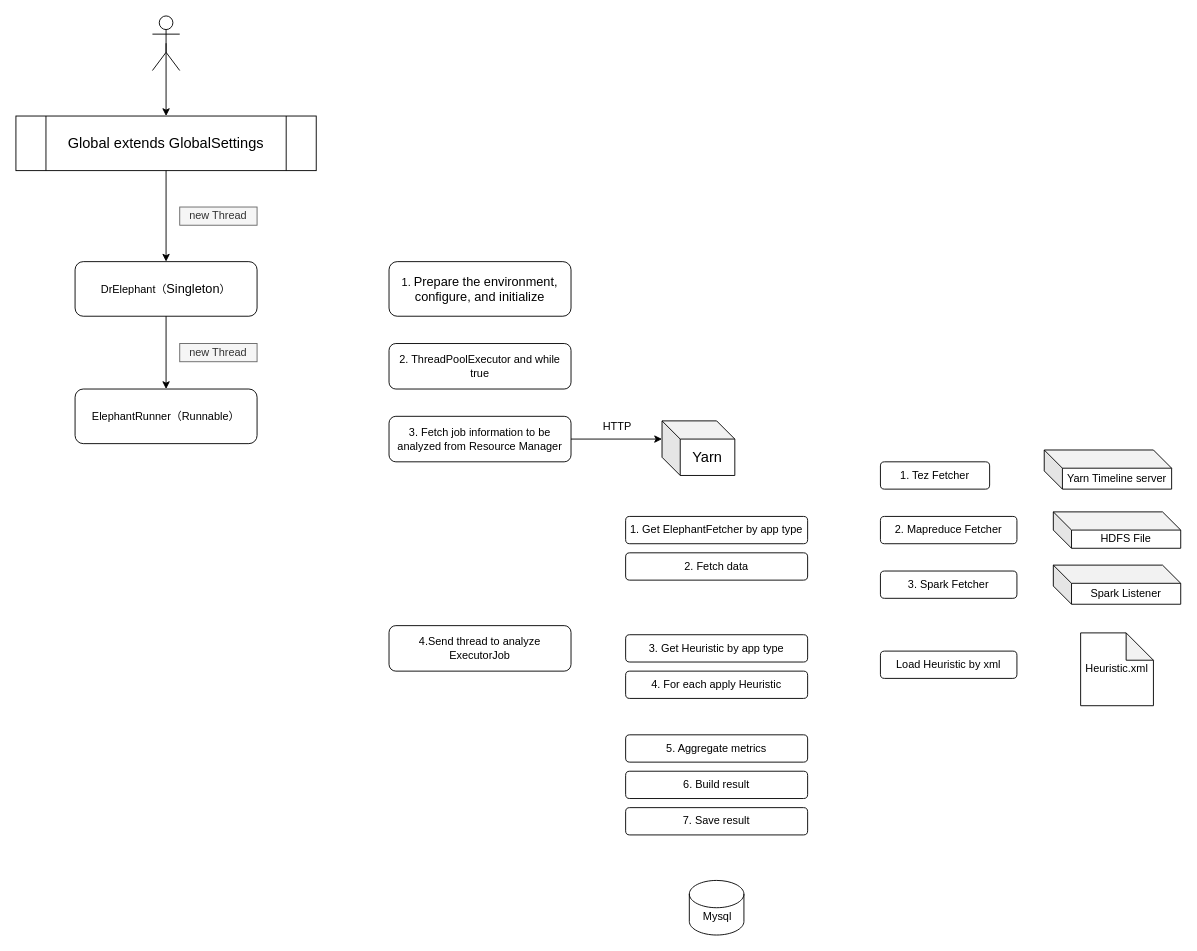
Before: map/dr-elephant-start.drawio in imperio-wxm/draw, a draw.io diagram. Source tidied: cells renumbered, new cells numbered last; positions are measured from the earlier drawing's top-left corner, leaving out a move shared by most shapes. Both pictures are drawn from the tidied source at 91%, with x=0, y=0 at pixel (15, 15).
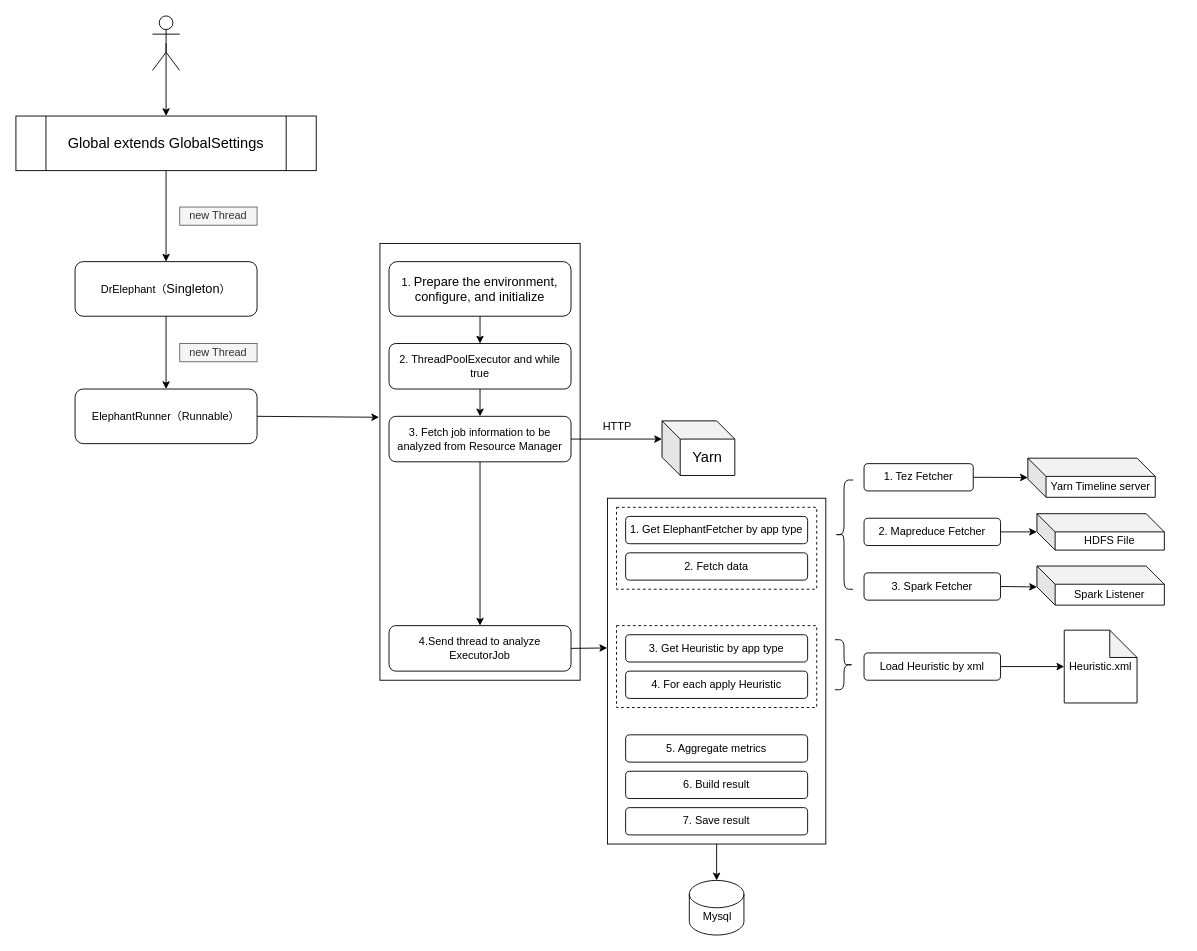
After the change.

The change refers to these unchanged cells:
```xml
<mxCell id="8" value="ElephantRunner（Runnable）" style="rounded=1;whiteSpace=wrap;html=1;" parent="1" vertex="1">
  <mxGeometry x="65" y="410" width="200" height="60" as="geometry" />
</mxCell>
<mxCell id="11" value="1.&amp;nbsp;&lt;span style=&quot;font-family: &amp;#34;microsoft yahei&amp;#34; , &amp;#34;arial&amp;#34; , &amp;#34;helvetica&amp;#34; , sans-serif ; font-size: 14px ; text-align: left ; background-color: rgb(255 , 255 , 255)&quot;&gt;Prepare the environment, configure, and initialize&lt;/span&gt;" style="rounded=1;whiteSpace=wrap;html=1;" parent="1" vertex="1">
  <mxGeometry x="410" y="270" width="200" height="60" as="geometry" />
</mxCell>
<mxCell id="12" value="2. ThreadPoolExecutor and while true" style="rounded=1;whiteSpace=wrap;html=1;align=center;" parent="1" vertex="1">
  <mxGeometry x="410" y="360" width="200" height="50" as="geometry" />
</mxCell>
<mxCell id="13" value="3. Fetch job information to be analyzed from Resource Manager" style="rounded=1;whiteSpace=wrap;html=1;align=center;" parent="1" vertex="1">
  <mxGeometry x="410" y="440" width="200" height="50" as="geometry" />
</mxCell>
<mxCell id="17" value="4.&lt;span&gt;Send thread to analyze ExecutorJob&lt;br&gt;&lt;/span&gt;" style="rounded=1;whiteSpace=wrap;html=1;align=center;" parent="1" vertex="1">
  <mxGeometry x="410" y="670" width="200" height="50" as="geometry" />
</mxCell>
<mxCell id="32" style="shape=cylinder2;whiteSpace=wrap;html=1;boundedLbl=1;backgroundOutline=1;size=15;align=center;" parent="31" vertex="1">
  <mxGeometry width="60" height="60" as="geometry" />
</mxCell>
```

Diff of the diagram source:
```diff
@@
+    <mxCell id="36" style="rounded=0;whiteSpace=wrap;html=1;align=center;fillColor=none;dashed=1;" parent="1" vertex="1">
+      <mxGeometry x="660" y="540" width="220" height="90" as="geometry" />
+    </mxCell>
@@
     <mxCell id="25" value="1. Tez Fetcher" style="rounded=1;whiteSpace=wrap;html=1;align=center;" parent="1" vertex="1">
-      <mxGeometry x="950" y="490" width="120" height="30" as="geometry" />
+      <mxGeometry x="932" y="492" width="120" height="30" as="geometry" />
     </mxCell>
     <mxCell id="26" value="2. Mapreduce Fetcher" style="rounded=1;whiteSpace=wrap;html=1;align=center;" parent="1" vertex="1">
-      <mxGeometry x="950" y="550" width="150" height="30" as="geometry" />
+      <mxGeometry x="932" y="552" width="150" height="30" as="geometry" />
     </mxCell>
     <mxCell id="27" value="3. Spark Fetcher" style="rounded=1;whiteSpace=wrap;html=1;align=center;" parent="1" vertex="1">
-      <mxGeometry x="950" y="610" width="150" height="30" as="geometry" />
+      <mxGeometry x="932" y="612" width="150" height="30" as="geometry" />
     </mxCell>
     <mxCell id="28" value="&lt;font style=&quot;font-size: 12px&quot;&gt;Yarn Timeline server&lt;/font&gt;" style="shape=cube;whiteSpace=wrap;html=1;boundedLbl=1;backgroundOutline=1;darkOpacity=0.05;darkOpacity2=0.1;align=center;" parent="1" vertex="1">
-      <mxGeometry x="1130" y="477" width="140" height="43" as="geometry" />
+      <mxGeometry x="1112" y="486" width="140" height="43" as="geometry" />
     </mxCell>
     <mxCell id="29" value="&lt;font style=&quot;font-size: 12px&quot;&gt;HDFS File&lt;/font&gt;" style="shape=cube;whiteSpace=wrap;html=1;boundedLbl=1;backgroundOutline=1;darkOpacity=0.05;darkOpacity2=0.1;align=center;" parent="1" vertex="1">
-      <mxGeometry x="1140" y="545" width="140" height="40" as="geometry" />
+      <mxGeometry x="1122" y="547" width="140" height="40" as="geometry" />
     </mxCell>
     <mxCell id="30" value="&lt;font style=&quot;font-size: 12px&quot;&gt;Spark&amp;nbsp;&lt;/font&gt;Listener" style="shape=cube;whiteSpace=wrap;html=1;boundedLbl=1;backgroundOutline=1;darkOpacity=0.05;darkOpacity2=0.1;align=center;" parent="1" vertex="1">
-      <mxGeometry x="1140" y="603.5" width="140" height="43" as="geometry" />
+      <mxGeometry x="1122" y="604.5" width="140" height="43" as="geometry" />
     </mxCell>
@@
     <mxCell id="34" value="Load Heuristic by xml" style="rounded=1;whiteSpace=wrap;html=1;align=center;" parent="1" vertex="1">
-      <mxGeometry x="950" y="698" width="150" height="30" as="geometry" />
+      <mxGeometry x="932" y="700" width="150" height="30" as="geometry" />
     </mxCell>
     <mxCell id="35" value="Heuristic.xml" style="shape=note;whiteSpace=wrap;html=1;backgroundOutline=1;darkOpacity=0.05;align=center;" parent="1" vertex="1">
-      <mxGeometry x="1170" y="678" width="80" height="80" as="geometry" />
+      <mxGeometry x="1152" y="675" width="80" height="80" as="geometry" />
     </mxCell>
+    <mxCell id="37" style="endArrow=classic;html=1;exitX=1;exitY=0.5;exitDx=0;exitDy=0;" parent="1" edge="1" source="25" target="28">
+      <mxGeometry relative="1" as="geometry" />
+    </mxCell>
+    <mxCell id="38" style="endArrow=classic;html=1;exitX=1;exitY=0.5;exitDx=0;exitDy=0;entryX=0;entryY=0;entryDx=0;entryDy=20;entryPerimeter=0;" parent="1" edge="1" source="26" target="29">
+      <mxGeometry relative="1" as="geometry" />
+    </mxCell>
+    <mxCell id="39" style="endArrow=classic;html=1;exitX=1;exitY=0.5;exitDx=0;exitDy=0;entryX=0;entryY=0;entryDx=0;entryDy=23;entryPerimeter=0;" parent="1" edge="1" source="27" target="30">
+      <mxGeometry relative="1" as="geometry" />
+    </mxCell>
+    <mxCell id="40" style="endArrow=classic;html=1;exitX=1;exitY=0.5;exitDx=0;exitDy=0;entryX=0;entryY=0.5;entryDx=0;entryDy=0;entryPerimeter=0;" parent="1" edge="1" source="34" target="35">
+      <mxGeometry relative="1" as="geometry" />
+    </mxCell>
+    <mxCell id="41" style="shape=curlyBracket;whiteSpace=wrap;html=1;rounded=1;align=center;rotation=-180;" parent="1" vertex="1">
+      <mxGeometry x="900" y="685.5" width="20" height="55" as="geometry" />
+    </mxCell>
+    <mxCell id="42" style="shape=curlyBracket;whiteSpace=wrap;html=1;rounded=1;align=center;" parent="1" vertex="1">
+      <mxGeometry x="900" y="510" width="20" height="120" as="geometry" />
+    </mxCell>
+    <mxCell id="43" style="rounded=0;whiteSpace=wrap;html=1;align=center;fillColor=none;dashed=1;" parent="1" vertex="1">
+      <mxGeometry x="660" y="670" width="220" height="90" as="geometry" />
+    </mxCell>
+    <mxCell id="44" style="rounded=0;whiteSpace=wrap;html=1;align=center;fillColor=none;" parent="1" vertex="1">
+      <mxGeometry x="650" y="530" width="240" height="380" as="geometry" />
+    </mxCell>
+    <mxCell id="45" style="endArrow=classic;html=1;exitX=0.5;exitY=1;exitDx=0;exitDy=0;" parent="1" edge="1" source="44" target="32">
+      <mxGeometry relative="1" as="geometry" />
+    </mxCell>
+    <mxCell id="46" style="endArrow=classic;html=1;exitX=1;exitY=0.5;exitDx=0;exitDy=0;entryX=-0.001;entryY=0.433;entryDx=0;entryDy=0;entryPerimeter=0;" parent="1" edge="1" source="17" target="44">
+      <mxGeometry relative="1" as="geometry" />
+    </mxCell>
+    <mxCell id="47" style="endArrow=classic;html=1;exitX=0.5;exitY=1;exitDx=0;exitDy=0;" parent="1" edge="1" source="11" target="12">
+      <mxGeometry relative="1" as="geometry" />
+    </mxCell>
+    <mxCell id="48" style="endArrow=classic;html=1;exitX=0.5;exitY=1;exitDx=0;exitDy=0;" parent="1" edge="1" source="12" target="13">
+      <mxGeometry relative="1" as="geometry" />
+    </mxCell>
+    <mxCell id="49" style="endArrow=classic;html=1;exitX=0.5;exitY=1;exitDx=0;exitDy=0;entryX=0.5;entryY=0;entryDx=0;entryDy=0;" parent="1" edge="1" source="13" target="17">
+      <mxGeometry relative="1" as="geometry" />
+    </mxCell>
+    <mxCell id="50" style="rounded=0;whiteSpace=wrap;html=1;align=center;fillColor=none;" parent="1" vertex="1">
+      <mxGeometry x="400" y="250" width="220" height="480" as="geometry" />
+    </mxCell>
+    <mxCell id="51" style="endArrow=classic;html=1;exitX=1;exitY=0.5;exitDx=0;exitDy=0;entryX=-0.004;entryY=0.398;entryDx=0;entryDy=0;entryPerimeter=0;" parent="1" edge="1" source="8" target="50">
+      <mxGeometry relative="1" as="geometry" />
+    </mxCell>
```
